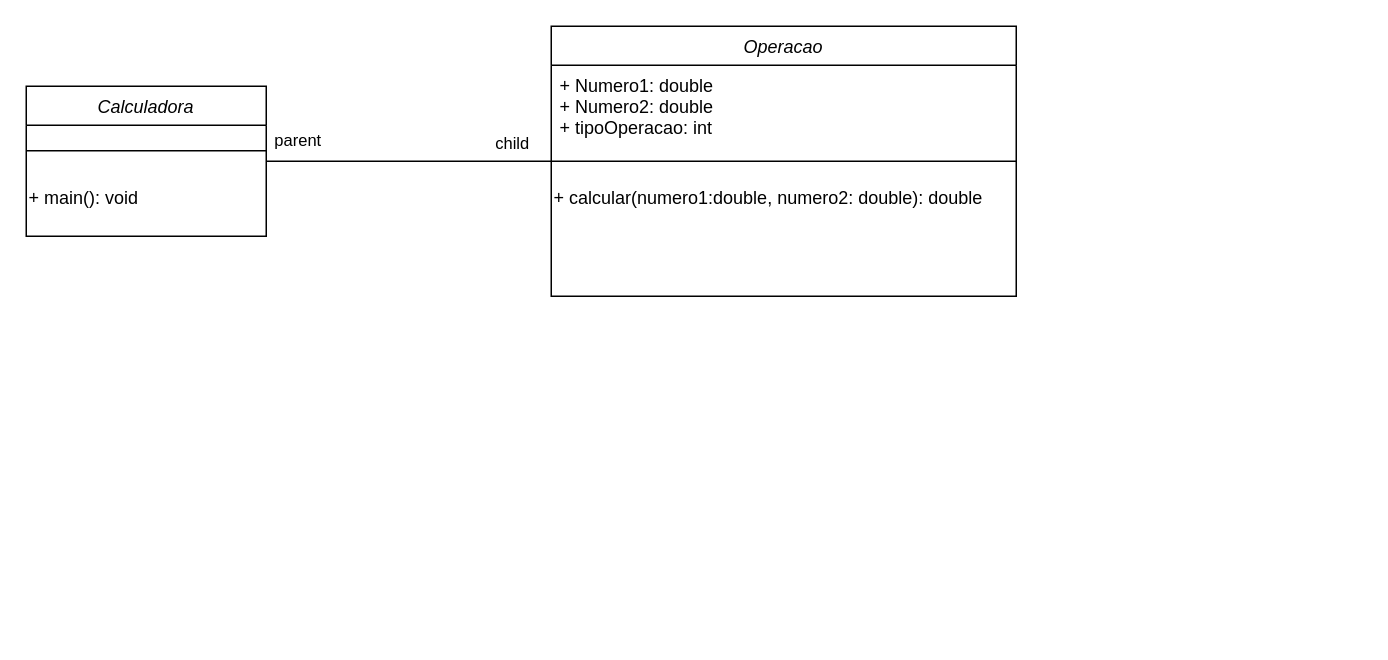
The draw.io diagram Diagrama sem nome.drawio in joao-pbc/Academic, before the edit. Source tidied: cells renumbered, new cells numbered last; positions are measured from the earlier drawing's top-left corner, leaving out a move shared by most shapes. Both pictures are drawn from the tidied source at 150%, with x=0, y=0 at pixel (26, 26).
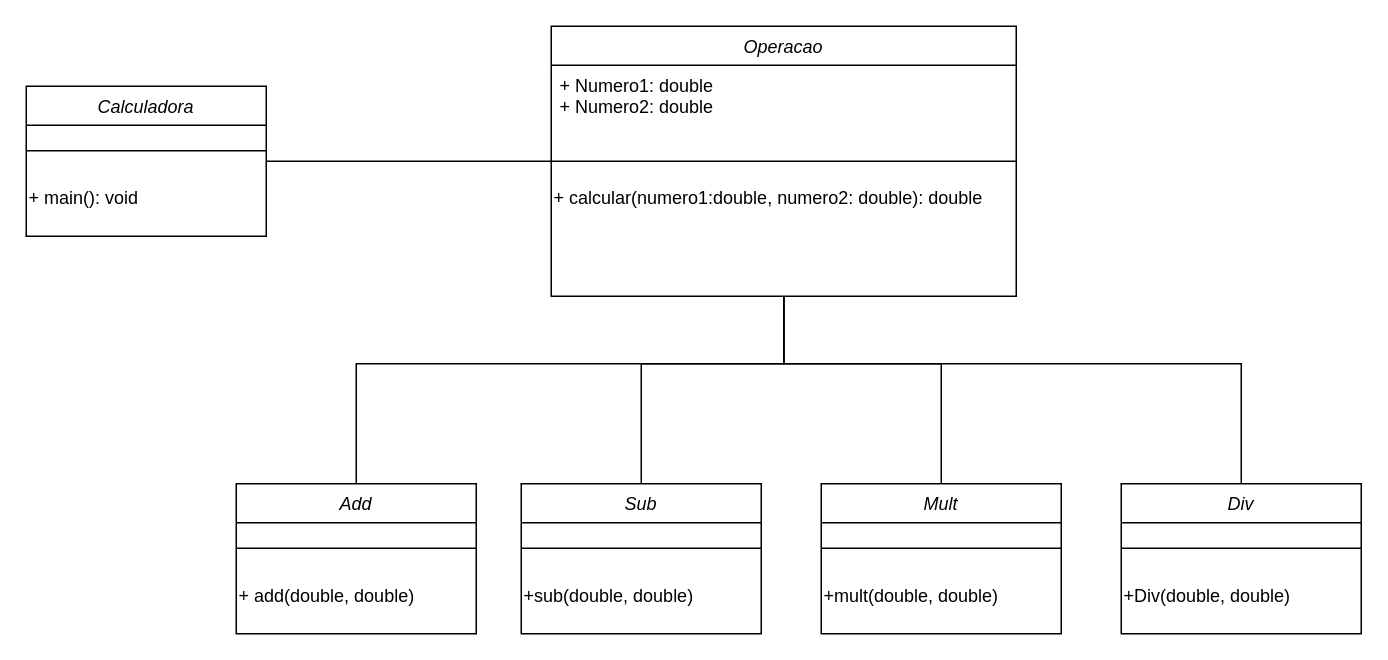
The same diagram, later.

Unchanged cells that the change refers to:
```xml
<mxCell id="5" value="Operacao" style="swimlane;fontStyle=2;align=center;verticalAlign=top;horizontal=1;startSize=26;rounded=0;shadow=0;strokeWidth=1;" parent="1" vertex="1">
  <mxGeometry x="350" width="310" height="180" as="geometry" />
</mxCell>
<mxCell id="9" style="endArrow=none;html=1;rounded=0;exitX=1;exitY=0.5;exitDx=0;exitDy=0;" parent="1" edge="1" source="2" target="5">
  <mxGeometry relative="1" as="geometry" />
</mxCell>
```

What changed in the source:
```diff
@@
-    <mxCell id="6" value="+ Numero1: double&#10;+ Numero2: double&#10;+ tipoOperacao: int" style="text;align=left;verticalAlign=top;spacingLeft=4;spacingRight=4;overflow=hidden;" parent="5" vertex="1">
+    <mxCell id="6" value="+ Numero1: double&#10;+ Numero2: double&#10;" style="text;align=left;verticalAlign=top;spacingLeft=4;spacingRight=4;overflow=hidden;" parent="5" vertex="1">
       <mxGeometry y="26" width="310" height="54" as="geometry" />
     </mxCell>
@@
-    <mxCell id="10" value="parent" style="edgeLabel;html=1;align=center;verticalAlign=middle;" parent="9" vertex="1">
-      <mxGeometry x="-0.47" y="1" relative="1" as="geometry">
-        <mxPoint x="-30" y="-14" as="offset" />
-      </mxGeometry>
-    </mxCell>
-    <mxCell id="11" value="child" style="edgeLabel;html=1;align=center;verticalAlign=middle;" parent="1" vertex="1">
-      <mxGeometry x="260" y="85" as="geometry">
-        <mxPoint x="63" y="-8" as="offset" />
-      </mxGeometry>
-    </mxCell>
+    <mxCell id="12" style="edgeStyle=orthogonalEdgeStyle;rounded=0;jettySize=auto;html=1;entryX=0.5;entryY=1;entryDx=0;entryDy=0;endArrow=none;endFill=0;" parent="1" edge="1" source="13" target="5">
+      <mxGeometry relative="1" as="geometry">
+        <Array as="points">
+          <mxPoint x="220" y="225" />
+          <mxPoint x="505" y="225" />
+        </Array>
+      </mxGeometry>
+    </mxCell>
+    <mxCell id="13" value="Add" style="swimlane;fontStyle=2;align=center;verticalAlign=top;horizontal=1;startSize=26;rounded=0;shadow=0;strokeWidth=1;" parent="1" vertex="1">
+      <mxGeometry x="140" y="305" width="160" height="100" as="geometry" />
+    </mxCell>
+    <mxCell id="14" style="line;html=1;strokeWidth=1;align=left;verticalAlign=middle;spacingTop=-1;spacingLeft=3;spacingRight=3;labelPosition=right;" parent="13" vertex="1">
+      <mxGeometry y="26" width="160" height="34" as="geometry" />
+    </mxCell>
+    <mxCell id="15" value="+ add(double, double)" style="text;html=1;align=left;verticalAlign=middle;strokeColor=none;fillColor=none;" parent="13" vertex="1">
+      <mxGeometry y="60" width="160" height="30" as="geometry" />
+    </mxCell>
+    <mxCell id="16" style="edgeStyle=orthogonalEdgeStyle;rounded=0;jettySize=auto;html=1;entryX=0.5;entryY=1;entryDx=0;entryDy=0;endArrow=none;endFill=0;" parent="1" edge="1" source="17" target="5">
+      <mxGeometry relative="1" as="geometry">
+        <Array as="points">
+          <mxPoint x="410" y="225" />
+          <mxPoint x="505" y="225" />
+        </Array>
+      </mxGeometry>
+    </mxCell>
+    <mxCell id="17" value="Sub" style="swimlane;fontStyle=2;align=center;verticalAlign=top;horizontal=1;startSize=26;rounded=0;shadow=0;strokeWidth=1;" parent="1" vertex="1">
+      <mxGeometry x="330" y="305" width="160" height="100" as="geometry" />
+    </mxCell>
+    <mxCell id="18" style="line;html=1;strokeWidth=1;align=left;verticalAlign=middle;spacingTop=-1;spacingLeft=3;spacingRight=3;labelPosition=right;" parent="17" vertex="1">
+      <mxGeometry y="26" width="160" height="34" as="geometry" />
+    </mxCell>
+    <mxCell id="19" value="+sub(double, double)" style="text;html=1;align=left;verticalAlign=middle;strokeColor=none;fillColor=none;" parent="17" vertex="1">
+      <mxGeometry y="60" width="160" height="30" as="geometry" />
+    </mxCell>
+    <mxCell id="20" style="edgeStyle=orthogonalEdgeStyle;rounded=0;jettySize=auto;html=1;entryX=0.5;entryY=1;entryDx=0;entryDy=0;endArrow=none;endFill=0;" parent="1" edge="1" source="21" target="5">
+      <mxGeometry relative="1" as="geometry">
+        <Array as="points">
+          <mxPoint x="610" y="225" />
+          <mxPoint x="505" y="225" />
+        </Array>
+      </mxGeometry>
+    </mxCell>
+    <mxCell id="21" value="Mult" style="swimlane;fontStyle=2;align=center;verticalAlign=top;horizontal=1;startSize=26;rounded=0;shadow=0;strokeWidth=1;" parent="1" vertex="1">
+      <mxGeometry x="530" y="305" width="160" height="100" as="geometry" />
+    </mxCell>
+    <mxCell id="22" style="line;html=1;strokeWidth=1;align=left;verticalAlign=middle;spacingTop=-1;spacingLeft=3;spacingRight=3;labelPosition=right;" parent="21" vertex="1">
+      <mxGeometry y="26" width="160" height="34" as="geometry" />
+    </mxCell>
+    <mxCell id="23" value="+mult(double, double)" style="text;html=1;align=left;verticalAlign=middle;strokeColor=none;fillColor=none;" parent="21" vertex="1">
+      <mxGeometry y="60" width="160" height="30" as="geometry" />
+    </mxCell>
+    <mxCell id="24" style="edgeStyle=orthogonalEdgeStyle;rounded=0;jettySize=auto;html=1;entryX=0.5;entryY=1;entryDx=0;entryDy=0;endArrow=none;endFill=0;" parent="1" edge="1" source="25" target="5">
+      <mxGeometry relative="1" as="geometry">
+        <Array as="points">
+          <mxPoint x="810" y="225" />
+          <mxPoint x="505" y="225" />
+        </Array>
+      </mxGeometry>
+    </mxCell>
+    <mxCell id="25" value="Div" style="swimlane;fontStyle=2;align=center;verticalAlign=top;horizontal=1;startSize=26;rounded=0;shadow=0;strokeWidth=1;" parent="1" vertex="1">
+      <mxGeometry x="730" y="305" width="160" height="100" as="geometry" />
+    </mxCell>
+    <mxCell id="26" style="line;html=1;strokeWidth=1;align=left;verticalAlign=middle;spacingTop=-1;spacingLeft=3;spacingRight=3;labelPosition=right;" parent="25" vertex="1">
+      <mxGeometry y="26" width="160" height="34" as="geometry" />
+    </mxCell>
+    <mxCell id="27" value="+Div(double, double)" style="text;html=1;align=left;verticalAlign=middle;strokeColor=none;fillColor=none;" parent="25" vertex="1">
+      <mxGeometry y="60" width="160" height="30" as="geometry" />
+    </mxCell>
```
